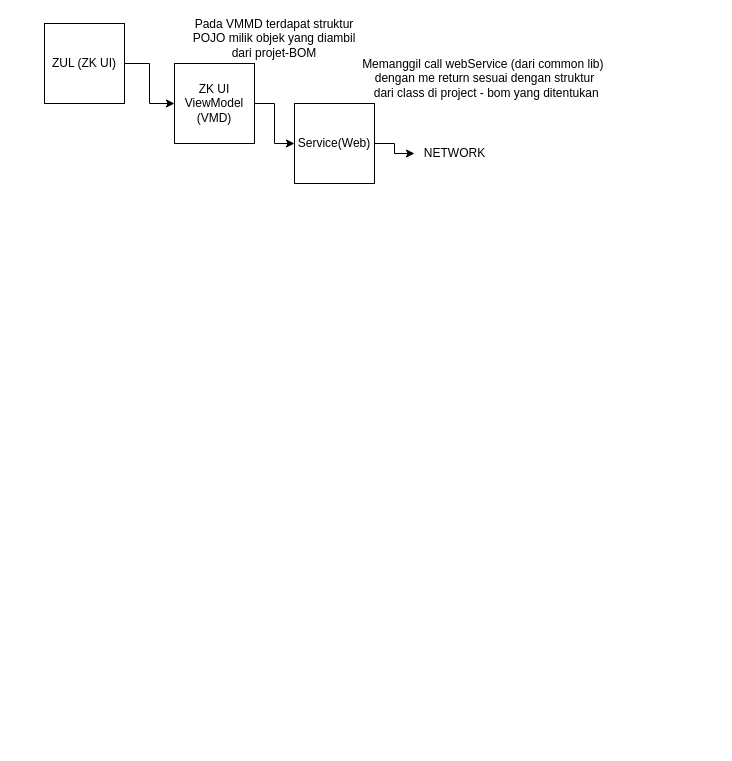
Earlier version of the draw.io diagram Flow.drawio (omandotkom/Flow). Source tidied: cells renumbered, new cells numbered last; positions are measured from the earlier drawing's top-left corner, leaving out a move shared by most shapes. Both pictures are drawn from the tidied source at 100%, with x=0, y=0 at pixel (44, 23).
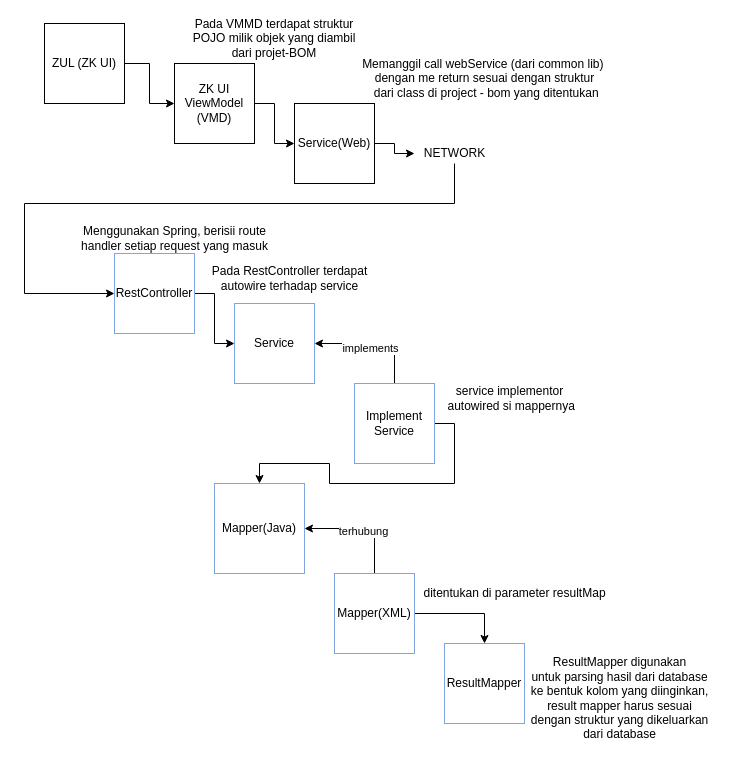
The same page after the edit.

Unchanged cells that the change refers to:
```xml
<mxCell id="10" value="NETWORK" style="text;html=1;align=center;verticalAlign=middle;points=[];" parent="1" vertex="1">
  <mxGeometry x="370" y="120" width="80" height="20" as="geometry" />
</mxCell>
```

The edit, as a diff of the source:
```diff
@@
+    <mxCell id="11" style="edgeStyle=orthogonalEdgeStyle;rounded=0;jettySize=auto;html=1;entryX=0;entryY=0.5;entryDx=0;entryDy=0;" parent="1" edge="1" source="10" target="13">
+      <mxGeometry relative="1" as="geometry">
+        <Array as="points">
+          <mxPoint x="410" y="180" />
+          <mxPoint x="-20" y="180" />
+          <mxPoint x="-20" y="270" />
+        </Array>
+      </mxGeometry>
+    </mxCell>
@@
+    <mxCell id="12" style="edgeStyle=orthogonalEdgeStyle;rounded=0;jettySize=auto;html=1;exitX=1;exitY=0.5;exitDx=0;exitDy=0;" parent="1" edge="1" source="13" target="15">
+      <mxGeometry relative="1" as="geometry" />
+    </mxCell>
+    <mxCell id="13" value="RestController" style="whiteSpace=wrap;html=1;strokeColor=#7EA6E0;" parent="1" vertex="1">
+      <mxGeometry x="70" y="230" width="80" height="80" as="geometry" />
+    </mxCell>
+    <mxCell id="14" value="Menggunakan Spring, berisii route &lt;br&gt;handler setiap request yang masuk" style="text;html=1;align=center;verticalAlign=middle;" parent="1" vertex="1">
+      <mxGeometry x="30" y="200" width="200" height="30" as="geometry" />
+    </mxCell>
+    <mxCell id="15" value="Service" style="whiteSpace=wrap;html=1;strokeColor=#7EA6E0;" parent="1" vertex="1">
+      <mxGeometry x="190" y="280" width="80" height="80" as="geometry" />
+    </mxCell>
+    <mxCell id="16" value="Pada RestController terdapat &lt;br&gt;autowire terhadap service" style="text;html=1;align=center;verticalAlign=middle;" parent="1" vertex="1">
+      <mxGeometry x="160" y="240" width="170" height="30" as="geometry" />
+    </mxCell>
+    <mxCell id="17" style="edgeStyle=orthogonalEdgeStyle;rounded=0;jettySize=auto;html=1;exitX=0.5;exitY=0;exitDx=0;exitDy=0;entryX=1;entryY=0.5;entryDx=0;entryDy=0;" parent="1" edge="1" source="20" target="15">
+      <mxGeometry relative="1" as="geometry" />
+    </mxCell>
+    <mxCell id="18" value="implements" style="edgeLabel;html=1;align=center;verticalAlign=middle;" parent="17" vertex="1">
+      <mxGeometry x="0.08" y="4" relative="1" as="geometry" />
+    </mxCell>
+    <mxCell id="19" style="edgeStyle=orthogonalEdgeStyle;rounded=0;jettySize=auto;html=1;exitX=1;exitY=0.5;exitDx=0;exitDy=0;" parent="1" edge="1" source="20" target="21">
+      <mxGeometry relative="1" as="geometry" />
+    </mxCell>
+    <mxCell id="20" value="Implement&lt;br&gt;Service" style="whiteSpace=wrap;html=1;strokeColor=#7EA6E0;" parent="1" vertex="1">
+      <mxGeometry x="310" y="360" width="80" height="80" as="geometry" />
+    </mxCell>
+    <mxCell id="21" value="Mapper(Java)" style="whiteSpace=wrap;html=1;strokeColor=#7EA6E0;" parent="1" vertex="1">
+      <mxGeometry x="170" y="460" width="90" height="90" as="geometry" />
+    </mxCell>
+    <mxCell id="22" style="edgeStyle=orthogonalEdgeStyle;rounded=0;jettySize=auto;html=1;exitX=0.5;exitY=0;exitDx=0;exitDy=0;entryX=1;entryY=0.5;entryDx=0;entryDy=0;" parent="1" edge="1" source="25" target="21">
+      <mxGeometry relative="1" as="geometry" />
+    </mxCell>
+    <mxCell id="23" value="terhubung" style="edgeLabel;html=1;align=center;verticalAlign=middle;" parent="22" vertex="1">
+      <mxGeometry x="-0.25" y="12" relative="1" as="geometry" />
+    </mxCell>
+    <mxCell id="24" style="edgeStyle=orthogonalEdgeStyle;rounded=0;jettySize=auto;html=1;exitX=1;exitY=0.5;exitDx=0;exitDy=0;entryX=0.5;entryY=0;entryDx=0;entryDy=0;" parent="1" edge="1" source="25" target="26">
+      <mxGeometry relative="1" as="geometry" />
+    </mxCell>
+    <mxCell id="25" value="Mapper(XML)" style="whiteSpace=wrap;html=1;strokeColor=#7EA6E0;" parent="1" vertex="1">
+      <mxGeometry x="290" y="550" width="80" height="80" as="geometry" />
+    </mxCell>
+    <mxCell id="26" value="ResultMapper" style="whiteSpace=wrap;html=1;strokeColor=#7EA6E0;" parent="1" vertex="1">
+      <mxGeometry x="400" y="620" width="80" height="80" as="geometry" />
+    </mxCell>
+    <mxCell id="27" value="ResultMapper digunakan&lt;br&gt;untuk parsing hasil dari database &lt;br&gt;ke bentuk kolom yang diinginkan,&lt;br&gt;result mapper harus sesuai&lt;br&gt;dengan struktur yang dikeluarkan&lt;br&gt;dari database" style="text;html=1;align=center;verticalAlign=middle;" parent="1" vertex="1">
+      <mxGeometry x="480" y="630" width="190" height="90" as="geometry" />
+    </mxCell>
+    <mxCell id="28" value="ditentukan di parameter&amp;nbsp;resultMap" style="text;html=1;align=center;verticalAlign=middle;" parent="1" vertex="1">
+      <mxGeometry x="370" y="560" width="200" height="20" as="geometry" />
+    </mxCell>
+    <mxCell id="29" value="service implementor&lt;br&gt;&amp;nbsp;autowired si mappernya" style="text;html=1;align=center;verticalAlign=middle;" parent="1" vertex="1">
+      <mxGeometry x="390" y="360" width="150" height="30" as="geometry" />
+    </mxCell>
```
